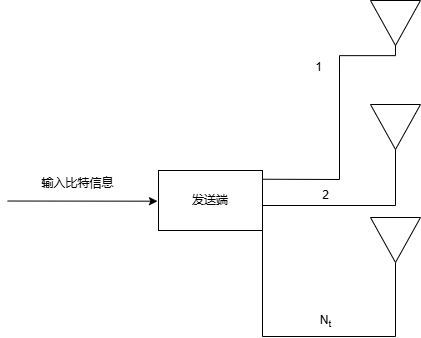
Before: 未命名绘图.drawio.png, a diagram exported from draw.io (Wicklele/draw). Source tidied: cells renumbered, new cells last; positions are measured from the earlier drawing's top-left corner, leaving out a move shared by most shapes. Source of this version:
```xml
<mxGraphModel>
  <root>
    <mxCell id="0" />
    <mxCell id="1" parent="0" />
    <mxCell id="2" style="edgeStyle=elbowEdgeStyle;rounded=0;orthogonalLoop=1;jettySize=auto;elbow=vertical;html=1;endArrow=none;startFill=0;exitX=0.994;exitY=0.159;exitDx=0;exitDy=0;exitPerimeter=0;" parent="1" edge="1">
      <mxGeometry relative="1" as="geometry">
        <mxPoint x="203.4" y="178.5" as="sourcePoint" />
        <mxPoint x="332" y="65" as="targetPoint" />
        <Array as="points">
          <mxPoint x="325" y="179" />
          <mxPoint x="232" y="177" />
          <mxPoint x="332" y="65" />
          <mxPoint x="232" y="178" />
          <mxPoint x="334" y="95" />
          <mxPoint x="337" y="95" />
        </Array>
      </mxGeometry>
    </mxCell>
    <mxCell id="3" style="edgeStyle=elbowEdgeStyle;rounded=0;jettySize=auto;elbow=vertical;html=1;endArrow=none;startFill=0;" parent="1" edge="1" source="5">
      <mxGeometry relative="1" as="geometry">
        <mxPoint x="388" y="149" as="targetPoint" />
        <Array as="points">
          <mxPoint x="359" y="205" />
          <mxPoint x="388" y="194" />
          <mxPoint x="387" y="204" />
          <mxPoint x="388" y="202" />
        </Array>
      </mxGeometry>
    </mxCell>
    <mxCell id="4" style="edgeStyle=elbowEdgeStyle;rounded=0;orthogonalLoop=1;jettySize=auto;elbow=vertical;html=1;endArrow=none;startFill=0;entryX=1;entryY=0.5;entryDx=0;entryDy=0;" parent="1" edge="1">
      <mxGeometry relative="1" as="geometry">
        <mxPoint x="255" y="221" as="sourcePoint" />
        <mxPoint x="388" y="262" as="targetPoint" />
        <Array as="points">
          <mxPoint x="328" y="336" />
          <mxPoint x="275" y="331" />
          <mxPoint x="355" y="331" />
          <mxPoint x="350" y="414" />
        </Array>
      </mxGeometry>
    </mxCell>
    <mxCell id="5" value="发送端" style="rounded=0;whiteSpace=wrap;html=1;" parent="1" vertex="1">
      <mxGeometry x="151" y="170" width="104" height="60" as="geometry" />
    </mxCell>
    <mxCell id="6" style="endArrow=classic;html=1;rounded=0;strokeColor=default;" parent="1" edge="1">
      <mxGeometry relative="1" as="geometry">
        <mxPoint y="200.5" as="sourcePoint" />
        <mxPoint x="150" y="200.7" as="targetPoint" />
      </mxGeometry>
    </mxCell>
    <mxCell id="7" value="输入比特信息" style="text;html=1;align=center;verticalAlign=middle;strokeColor=none;fillColor=none;" parent="1" vertex="1">
      <mxGeometry x="25" y="170" width="90" height="26" as="geometry" />
    </mxCell>
    <mxCell id="8" style="endArrow=none;html=1;rounded=0;" parent="1" edge="1">
      <mxGeometry relative="1" as="geometry">
        <mxPoint x="372" y="153" as="sourcePoint" />
        <mxPoint x="372" y="153" as="targetPoint" />
      </mxGeometry>
    </mxCell>
    <mxCell id="9" style="triangle;whiteSpace=wrap;html=1;direction=south;" parent="1" vertex="1">
      <mxGeometry x="363" width="50" height="45" as="geometry" />
    </mxCell>
    <mxCell id="10" style="triangle;whiteSpace=wrap;html=1;direction=south;" parent="1" vertex="1">
      <mxGeometry x="363" y="104" width="50" height="45" as="geometry" />
    </mxCell>
    <mxCell id="11" value="2" style="text;html=1;align=center;verticalAlign=middle;strokeColor=none;fillColor=none;" parent="1" vertex="1">
      <mxGeometry x="305" y="182" width="25" height="26" as="geometry" />
    </mxCell>
    <mxCell id="12" style="triangle;whiteSpace=wrap;html=1;direction=south;" parent="1" vertex="1">
      <mxGeometry x="363" y="217" width="50" height="45" as="geometry" />
    </mxCell>
    <mxCell id="13" value="N&lt;sub&gt;t&lt;/sub&gt;" style="text;html=1;align=center;verticalAlign=middle;strokeColor=none;fillColor=none;" parent="1" vertex="1">
      <mxGeometry x="303" y="306" width="29" height="30" as="geometry" />
    </mxCell>
    <mxCell id="14" style="edgeStyle=elbowEdgeStyle;rounded=0;jettySize=auto;elbow=vertical;html=1;entryX=1;entryY=0.5;entryDx=0;entryDy=0;endArrow=none;startFill=0;" parent="1" edge="1" target="9">
      <mxGeometry relative="1" as="geometry">
        <mxPoint x="332" y="65.3" as="sourcePoint" />
      </mxGeometry>
    </mxCell>
    <mxCell id="15" value="1" style="text;html=1;align=center;verticalAlign=middle;strokeColor=none;fillColor=none;" parent="1" vertex="1">
      <mxGeometry x="298.5" y="54" width="25" height="26" as="geometry" />
    </mxCell>
  </root>
</mxGraphModel>
```
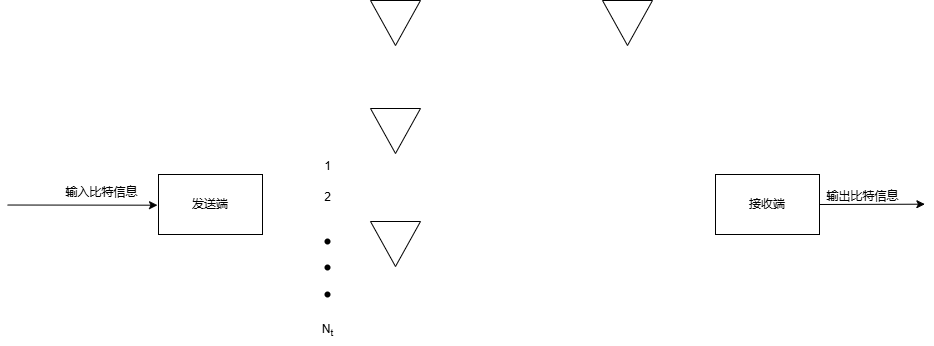
Above is the later version.

Commit message:
更新未命名绘图.drawio.png

Change to the diagram source:
```diff
@@ -2,43 +2,6 @@
   <root>
     <mxCell id="0" />
     <mxCell id="1" parent="0" />
-    <mxCell id="2" style="edgeStyle=elbowEdgeStyle;rounded=0;orthogonalLoop=1;jettySize=auto;elbow=vertical;html=1;endArrow=none;startFill=0;exitX=0.994;exitY=0.159;exitDx=0;exitDy=0;exitPerimeter=0;" parent="1" edge="1">
-      <mxGeometry relative="1" as="geometry">
-        <mxPoint x="203.4" y="178.5" as="sourcePoint" />
-        <mxPoint x="332" y="65" as="targetPoint" />
-        <Array as="points">
-          <mxPoint x="325" y="179" />
-          <mxPoint x="232" y="177" />
-          <mxPoint x="332" y="65" />
-          <mxPoint x="232" y="178" />
-          <mxPoint x="334" y="95" />
-          <mxPoint x="337" y="95" />
-        </Array>
-      </mxGeometry>
-    </mxCell>
-    <mxCell id="3" style="edgeStyle=elbowEdgeStyle;rounded=0;jettySize=auto;elbow=vertical;html=1;endArrow=none;startFill=0;" parent="1" edge="1" source="5">
-      <mxGeometry relative="1" as="geometry">
-        <mxPoint x="388" y="149" as="targetPoint" />
-        <Array as="points">
-          <mxPoint x="359" y="205" />
-          <mxPoint x="388" y="194" />
-          <mxPoint x="387" y="204" />
-          <mxPoint x="388" y="202" />
-        </Array>
-      </mxGeometry>
-    </mxCell>
-    <mxCell id="4" style="edgeStyle=elbowEdgeStyle;rounded=0;orthogonalLoop=1;jettySize=auto;elbow=vertical;html=1;endArrow=none;startFill=0;entryX=1;entryY=0.5;entryDx=0;entryDy=0;" parent="1" edge="1">
-      <mxGeometry relative="1" as="geometry">
-        <mxPoint x="255" y="221" as="sourcePoint" />
-        <mxPoint x="388" y="262" as="targetPoint" />
-        <Array as="points">
-          <mxPoint x="328" y="336" />
-          <mxPoint x="275" y="331" />
-          <mxPoint x="355" y="331" />
-          <mxPoint x="350" y="414" />
-        </Array>
-      </mxGeometry>
-    </mxCell>
     <mxCell id="5" value="发送端" style="rounded=0;whiteSpace=wrap;html=1;" parent="1" vertex="1">
       <mxGeometry x="151" y="170" width="104" height="60" as="geometry" />
     </mxCell>
@@ -49,7 +12,7 @@
       </mxGeometry>
     </mxCell>
     <mxCell id="7" value="输入比特信息" style="text;html=1;align=center;verticalAlign=middle;strokeColor=none;fillColor=none;" parent="1" vertex="1">
-      <mxGeometry x="25" y="170" width="90" height="26" as="geometry" />
+      <mxGeometry x="49" y="175" width="90" height="26" as="geometry" />
     </mxCell>
     <mxCell id="8" style="endArrow=none;html=1;rounded=0;" parent="1" edge="1">
       <mxGeometry relative="1" as="geometry">
@@ -58,27 +21,45 @@
       </mxGeometry>
     </mxCell>
     <mxCell id="9" style="triangle;whiteSpace=wrap;html=1;direction=south;" parent="1" vertex="1">
-      <mxGeometry x="363" width="50" height="45" as="geometry" />
+      <mxGeometry x="363" y="-4" width="50" height="45" as="geometry" />
     </mxCell>
     <mxCell id="10" style="triangle;whiteSpace=wrap;html=1;direction=south;" parent="1" vertex="1">
       <mxGeometry x="363" y="104" width="50" height="45" as="geometry" />
     </mxCell>
     <mxCell id="11" value="2" style="text;html=1;align=center;verticalAlign=middle;strokeColor=none;fillColor=none;" parent="1" vertex="1">
-      <mxGeometry x="305" y="182" width="25" height="26" as="geometry" />
+      <mxGeometry x="307.5" y="180" width="25" height="26" as="geometry" />
     </mxCell>
     <mxCell id="12" style="triangle;whiteSpace=wrap;html=1;direction=south;" parent="1" vertex="1">
       <mxGeometry x="363" y="217" width="50" height="45" as="geometry" />
     </mxCell>
     <mxCell id="13" value="N&lt;sub&gt;t&lt;/sub&gt;" style="text;html=1;align=center;verticalAlign=middle;strokeColor=none;fillColor=none;" parent="1" vertex="1">
-      <mxGeometry x="303" y="306" width="29" height="30" as="geometry" />
+      <mxGeometry x="305.5" y="311" width="29" height="30" as="geometry" />
     </mxCell>
-    <mxCell id="14" style="edgeStyle=elbowEdgeStyle;rounded=0;jettySize=auto;elbow=vertical;html=1;entryX=1;entryY=0.5;entryDx=0;entryDy=0;endArrow=none;startFill=0;" parent="1" edge="1" target="9">
-      <mxGeometry relative="1" as="geometry">
-        <mxPoint x="332" y="65.3" as="sourcePoint" />
-      </mxGeometry>
-    </mxCell>
     <mxCell id="15" value="1" style="text;html=1;align=center;verticalAlign=middle;strokeColor=none;fillColor=none;" parent="1" vertex="1">
-      <mxGeometry x="298.5" y="54" width="25" height="26" as="geometry" />
+      <mxGeometry x="307.5" y="149" width="25" height="26" as="geometry" />
     </mxCell>
+    <mxCell id="16" style="shape=waypoint;sketch=0;fillStyle=solid;size=6;fillColor=none;perimeter=centerPerimeter;" parent="1" vertex="1">
+      <mxGeometry x="310" y="227" width="20" height="20" as="geometry" />
+    </mxCell>
+    <mxCell id="17" style="shape=waypoint;sketch=0;fillStyle=solid;size=6;fillColor=none;perimeter=centerPerimeter;" parent="1" vertex="1">
+      <mxGeometry x="310" y="253" width="20" height="20" as="geometry" />
+    </mxCell>
+    <mxCell id="18" style="shape=waypoint;sketch=0;fillStyle=solid;size=6;fillColor=none;perimeter=centerPerimeter;" parent="1" vertex="1">
+      <mxGeometry x="310" y="280" width="20" height="20" as="geometry" />
+    </mxCell>
+    <mxCell id="19" style="edgeStyle=elbowEdgeStyle;rounded=0;jettySize=auto;elbow=vertical;html=1;exitX=1;exitY=0.5;exitDx=0;exitDy=0;" parent="1" edge="1" source="20">
+      <mxGeometry relative="1" as="geometry">
+        <mxPoint x="917.4" y="200" as="targetPoint" />
+      </mxGeometry>
+    </mxCell>
+    <mxCell id="20" value="接收端" style="rounded=0;whiteSpace=wrap;html=1;" parent="1" vertex="1">
+      <mxGeometry x="708" y="170" width="104" height="60" as="geometry" />
+    </mxCell>
+    <mxCell id="21" value="输出比特信息" style="text;html=1;align=center;verticalAlign=middle;strokeColor=none;fillColor=none;" parent="1" vertex="1">
+      <mxGeometry x="810" y="179" width="90" height="26" as="geometry" />
+    </mxCell>
+    <mxCell id="22" style="triangle;whiteSpace=wrap;html=1;direction=south;" parent="1" vertex="1">
+      <mxGeometry x="595" y="-4" width="50" height="45" as="geometry" />
+    </mxCell>
   </root>
 </mxGraphModel>
```
